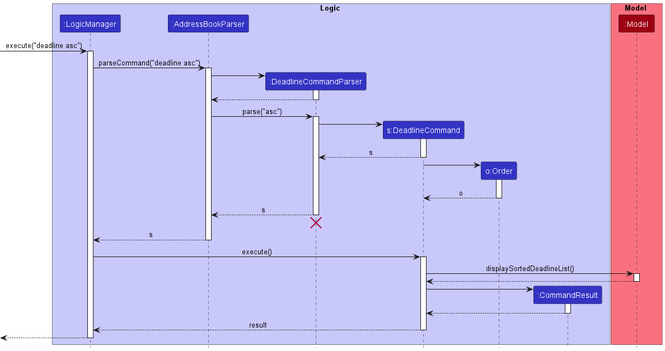
nus-cs2103-AY2223S2/tp keeps this PlantUML diagram as docs/images/DeadlineCommandSequenceDiagram.png. Above is the earlier version. The source it was exported from:
```plantuml
@startuml
!include style.puml

box Logic LOGIC_COLOR_T1
participant ":LogicManager" as LogicManager LOGIC_COLOR
participant ":AddressBookParser" as AddressBookParser LOGIC_COLOR
participant ":DeadlineCommandParser" as DeadlineCommandParser LOGIC_COLOR
participant "s:DeadlineCommand" as DeadlineCommand LOGIC_COLOR
participant "o:Order" as Order LOGIC_COLOR
participant ":CommandResult" as CommandResult LOGIC_COLOR
end box


box Model MODEL_COLOR_T1
participant ":Model" as Model MODEL_COLOR
end box

[-> LogicManager : execute("deadline asc")
activate LogicManager

LogicManager -> AddressBookParser : parseCommand("deadline asc")
activate AddressBookParser

create DeadlineCommandParser
AddressBookParser -> DeadlineCommandParser
activate DeadlineCommandParser

DeadlineCommandParser --> AddressBookParser
deactivate DeadlineCommandParser

AddressBookParser -> DeadlineCommandParser : parse("asc")
activate DeadlineCommandParser

create DeadlineCommand
DeadlineCommandParser -> DeadlineCommand
activate DeadlineCommand

DeadlineCommand --> DeadlineCommandParser : s
deactivate DeadlineCommand

create Order
DeadlineCommand -> Order
activate Order

Order --> DeadlineCommand : o
deactivate Order


DeadlineCommandParser --> AddressBookParser : s
deactivate DeadlineCommandParser
DeadlineCommandParser -[hidden]-> AddressBookParser
destroy DeadlineCommandParser

AddressBookParser --> LogicManager : s
deactivate AddressBookParser


LogicManager -> DeadlineCommand : execute()
activate DeadlineCommand


DeadlineCommand -> Model : displaySortedDeadlineList()
activate Model

Model --> DeadlineCommand
deactivate Model

create CommandResult
DeadlineCommand -> CommandResult
activate CommandResult

CommandResult --> DeadlineCommand
deactivate CommandResult

DeadlineCommand --> LogicManager : result
deactivate DeadlineCommand

[<--LogicManager
deactivate LogicManager
@enduml
```
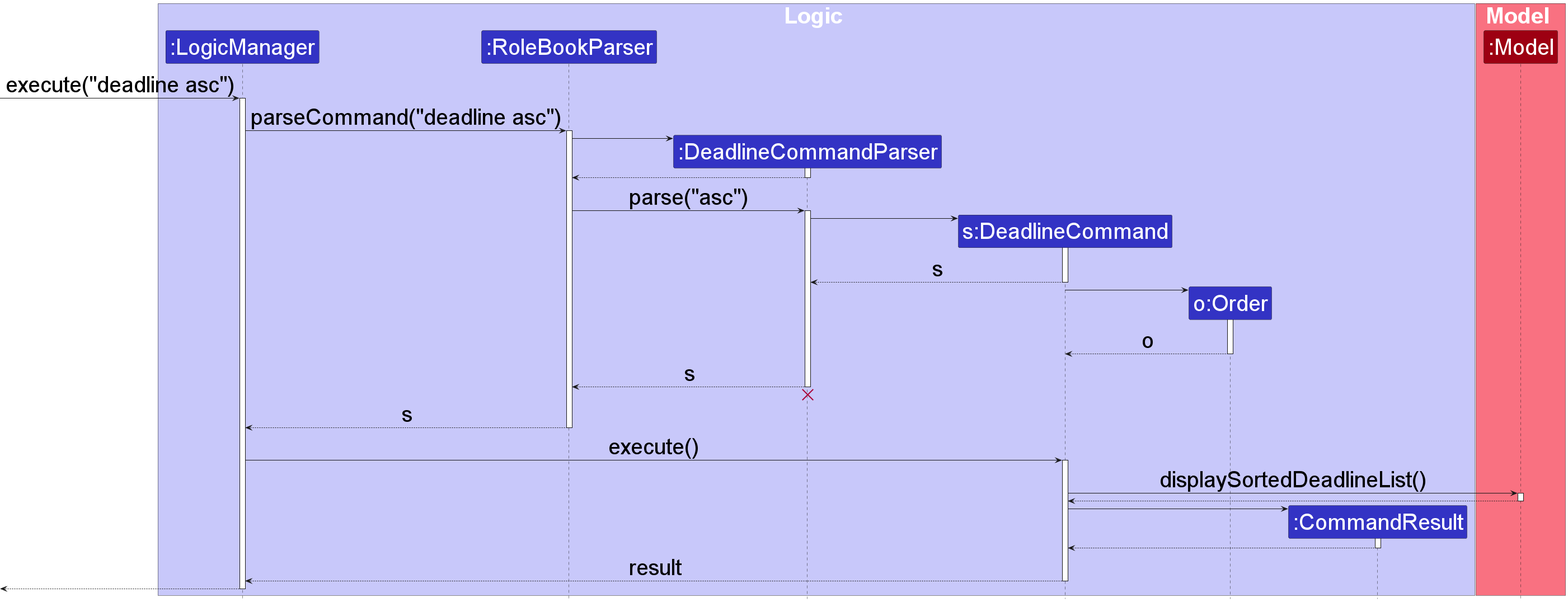
The same file after the commit.

Diff of the diagram source:
```diff
@@ -1,9 +1,11 @@
 @startuml
 !include style.puml
 
+skinparam defaultFontSize 40
+
 box Logic LOGIC_COLOR_T1
 participant ":LogicManager" as LogicManager LOGIC_COLOR
-participant ":AddressBookParser" as AddressBookParser LOGIC_COLOR
+participant ":RoleBookParser" as RoleBookParser LOGIC_COLOR
 participant ":DeadlineCommandParser" as DeadlineCommandParser LOGIC_COLOR
 participant "s:DeadlineCommand" as DeadlineCommand LOGIC_COLOR
 participant "o:Order" as Order LOGIC_COLOR
@@ -18,17 +20,17 @@
 [-> LogicManager : execute("deadline asc")
 activate LogicManager
 
-LogicManager -> AddressBookParser : parseCommand("deadline asc")
-activate AddressBookParser
+LogicManager -> RoleBookParser : parseCommand("deadline asc")
+activate RoleBookParser
 
 create DeadlineCommandParser
-AddressBookParser -> DeadlineCommandParser
+RoleBookParser -> DeadlineCommandParser
 activate DeadlineCommandParser
 
-DeadlineCommandParser --> AddressBookParser
+DeadlineCommandParser --> RoleBookParser
 deactivate DeadlineCommandParser
 
-AddressBookParser -> DeadlineCommandParser : parse("asc")
+RoleBookParser -> DeadlineCommandParser : parse("asc")
 activate DeadlineCommandParser
 
 create DeadlineCommand
@@ -46,13 +48,13 @@
 deactivate Order
 
 
-DeadlineCommandParser --> AddressBookParser : s
+DeadlineCommandParser --> RoleBookParser : s
 deactivate DeadlineCommandParser
-DeadlineCommandParser -[hidden]-> AddressBookParser
+DeadlineCommandParser -[hidden]-> RoleBookParser
 destroy DeadlineCommandParser
 
-AddressBookParser --> LogicManager : s
-deactivate AddressBookParser
+RoleBookParser --> LogicManager : s
+deactivate RoleBookParser
 
 
 LogicManager -> DeadlineCommand : execute()
```
